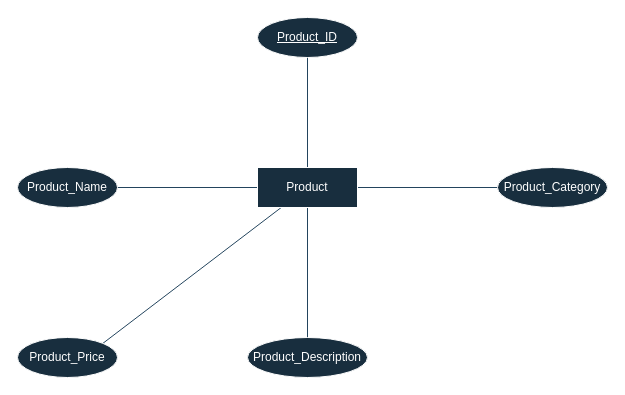
VenkataSaiRahulSunkari/CS631011-Project keeps this draw.io diagram as page "products" (2 of 10) of ER.drawio. Above is the earlier version. Source tidied: cells renumbered, new cells numbered last; positions are measured from the earlier drawing's top-left corner, leaving out a move shared by most shapes. Both pictures are drawn from the tidied source at 100%, with x=0, y=0 at pixel (17, 17).
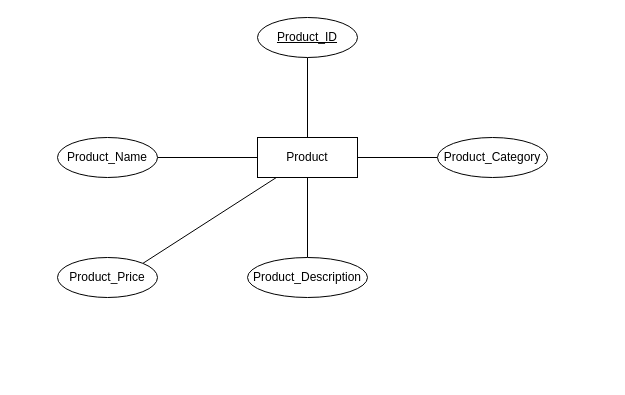
The same page after the edit.

Change to the diagram source:
```diff
@@
 <mxGraphModel>
   <root>
     <mxCell id="0" />
     <mxCell id="1" parent="0" />
-    <mxCell id="2" style="edgeStyle=orthogonalEdgeStyle;rounded=0;jettySize=auto;html=1;strokeColor=#23445D;endArrow=none;endFill=0;" parent="1" edge="1" source="7" target="8">
+    <mxCell id="2" style="edgeStyle=orthogonalEdgeStyle;rounded=0;jettySize=auto;html=1;endArrow=none;endFill=0;labelBackgroundColor=none;fontColor=default;" parent="1" edge="1" source="7" target="8">
       <mxGeometry relative="1" as="geometry" />
     </mxCell>
-    <mxCell id="3" style="edgeStyle=orthogonalEdgeStyle;rounded=0;jettySize=auto;html=1;entryX=0;entryY=0.5;entryDx=0;entryDy=0;strokeColor=#23445D;endArrow=none;endFill=0;" parent="1" edge="1" source="7" target="12">
+    <mxCell id="3" style="edgeStyle=orthogonalEdgeStyle;rounded=0;jettySize=auto;html=1;entryX=0;entryY=0.5;entryDx=0;entryDy=0;endArrow=none;endFill=0;labelBackgroundColor=none;fontColor=default;" parent="1" edge="1" source="7" target="12">
       <mxGeometry relative="1" as="geometry" />
     </mxCell>
-    <mxCell id="4" style="edgeStyle=orthogonalEdgeStyle;rounded=0;jettySize=auto;html=1;entryX=0.5;entryY=0;entryDx=0;entryDy=0;strokeColor=#23445D;endArrow=none;endFill=0;" parent="1" edge="1" source="7" target="11">
+    <mxCell id="4" style="edgeStyle=orthogonalEdgeStyle;rounded=0;jettySize=auto;html=1;entryX=0.5;entryY=0;entryDx=0;entryDy=0;endArrow=none;endFill=0;labelBackgroundColor=none;fontColor=default;" parent="1" edge="1" source="7" target="11">
       <mxGeometry relative="1" as="geometry" />
     </mxCell>
-    <mxCell id="5" style="edgeStyle=orthogonalEdgeStyle;rounded=0;jettySize=auto;html=1;entryX=1;entryY=0.5;entryDx=0;entryDy=0;strokeColor=#23445D;endArrow=none;endFill=0;" parent="1" edge="1" source="7" target="9">
+    <mxCell id="5" style="edgeStyle=orthogonalEdgeStyle;rounded=0;jettySize=auto;html=1;entryX=1;entryY=0.5;entryDx=0;entryDy=0;endArrow=none;endFill=0;labelBackgroundColor=none;fontColor=default;" parent="1" edge="1" source="7" target="9">
       <mxGeometry relative="1" as="geometry" />
     </mxCell>
-    <mxCell id="6" style="rounded=0;jettySize=auto;html=1;entryX=1;entryY=0;entryDx=0;entryDy=0;strokeColor=#23445D;endArrow=none;endFill=0;" parent="1" edge="1" source="7" target="10">
+    <mxCell id="6" style="rounded=0;jettySize=auto;html=1;entryX=1;entryY=0;entryDx=0;entryDy=0;endArrow=none;endFill=0;labelBackgroundColor=none;fontColor=default;" parent="1" edge="1" source="7" target="10">
       <mxGeometry relative="1" as="geometry" />
     </mxCell>
-    <mxCell id="7" value="Product" style="whiteSpace=wrap;html=1;align=center;strokeColor=#FFFFFF;fontColor=#FFFFFF;fillColor=#182E3E;" parent="1" vertex="1">
-      <mxGeometry x="240" y="150" width="100" height="40" as="geometry" />
+    <mxCell id="7" value="Product" style="whiteSpace=wrap;html=1;align=center;labelBackgroundColor=none;" parent="1" vertex="1">
+      <mxGeometry x="240" y="120" width="100" height="40" as="geometry" />
     </mxCell>
-    <mxCell id="8" value="Product_ID" style="ellipse;whiteSpace=wrap;html=1;align=center;fontStyle=4;strokeColor=#FFFFFF;fontColor=#FFFFFF;fillColor=#182E3E;" parent="1" vertex="1">
+    <mxCell id="8" value="Product_ID" style="ellipse;whiteSpace=wrap;html=1;align=center;fontStyle=4;labelBackgroundColor=none;" parent="1" vertex="1">
       <mxGeometry x="240" width="100" height="40" as="geometry" />
     </mxCell>
-    <mxCell id="9" value="Product_Name" style="ellipse;whiteSpace=wrap;html=1;align=center;strokeColor=#FFFFFF;fontColor=#FFFFFF;fillColor=#182E3E;" parent="1" vertex="1">
-      <mxGeometry y="150" width="100" height="40" as="geometry" />
+    <mxCell id="9" value="Product_Name" style="ellipse;whiteSpace=wrap;html=1;align=center;labelBackgroundColor=none;" parent="1" vertex="1">
+      <mxGeometry x="40" y="120" width="100" height="40" as="geometry" />
     </mxCell>
-    <mxCell id="10" value="Product_Price" style="ellipse;whiteSpace=wrap;html=1;align=center;strokeColor=#FFFFFF;fontColor=#FFFFFF;fillColor=#182E3E;" parent="1" vertex="1">
-      <mxGeometry y="320" width="100" height="40" as="geometry" />
+    <mxCell id="10" value="Product_Price" style="ellipse;whiteSpace=wrap;html=1;align=center;labelBackgroundColor=none;" parent="1" vertex="1">
+      <mxGeometry x="40" y="240" width="100" height="40" as="geometry" />
     </mxCell>
-    <mxCell id="11" value="Product_Description" style="ellipse;whiteSpace=wrap;html=1;align=center;strokeColor=#FFFFFF;fontColor=#FFFFFF;fillColor=#182E3E;" parent="1" vertex="1">
-      <mxGeometry x="230" y="320" width="120" height="40" as="geometry" />
+    <mxCell id="11" value="Product_Description" style="ellipse;whiteSpace=wrap;html=1;align=center;labelBackgroundColor=none;" parent="1" vertex="1">
+      <mxGeometry x="230" y="240" width="120" height="40" as="geometry" />
     </mxCell>
-    <mxCell id="12" value="Product_Category" style="ellipse;whiteSpace=wrap;html=1;align=center;strokeColor=#FFFFFF;fontColor=#FFFFFF;fillColor=#182E3E;" parent="1" vertex="1">
-      <mxGeometry x="480" y="150" width="110" height="40" as="geometry" />
+    <mxCell id="12" value="Product_Category" style="ellipse;whiteSpace=wrap;html=1;align=center;labelBackgroundColor=none;" parent="1" vertex="1">
+      <mxGeometry x="420" y="120" width="110" height="40" as="geometry" />
     </mxCell>
   </root>
 </mxGraphModel>
```
